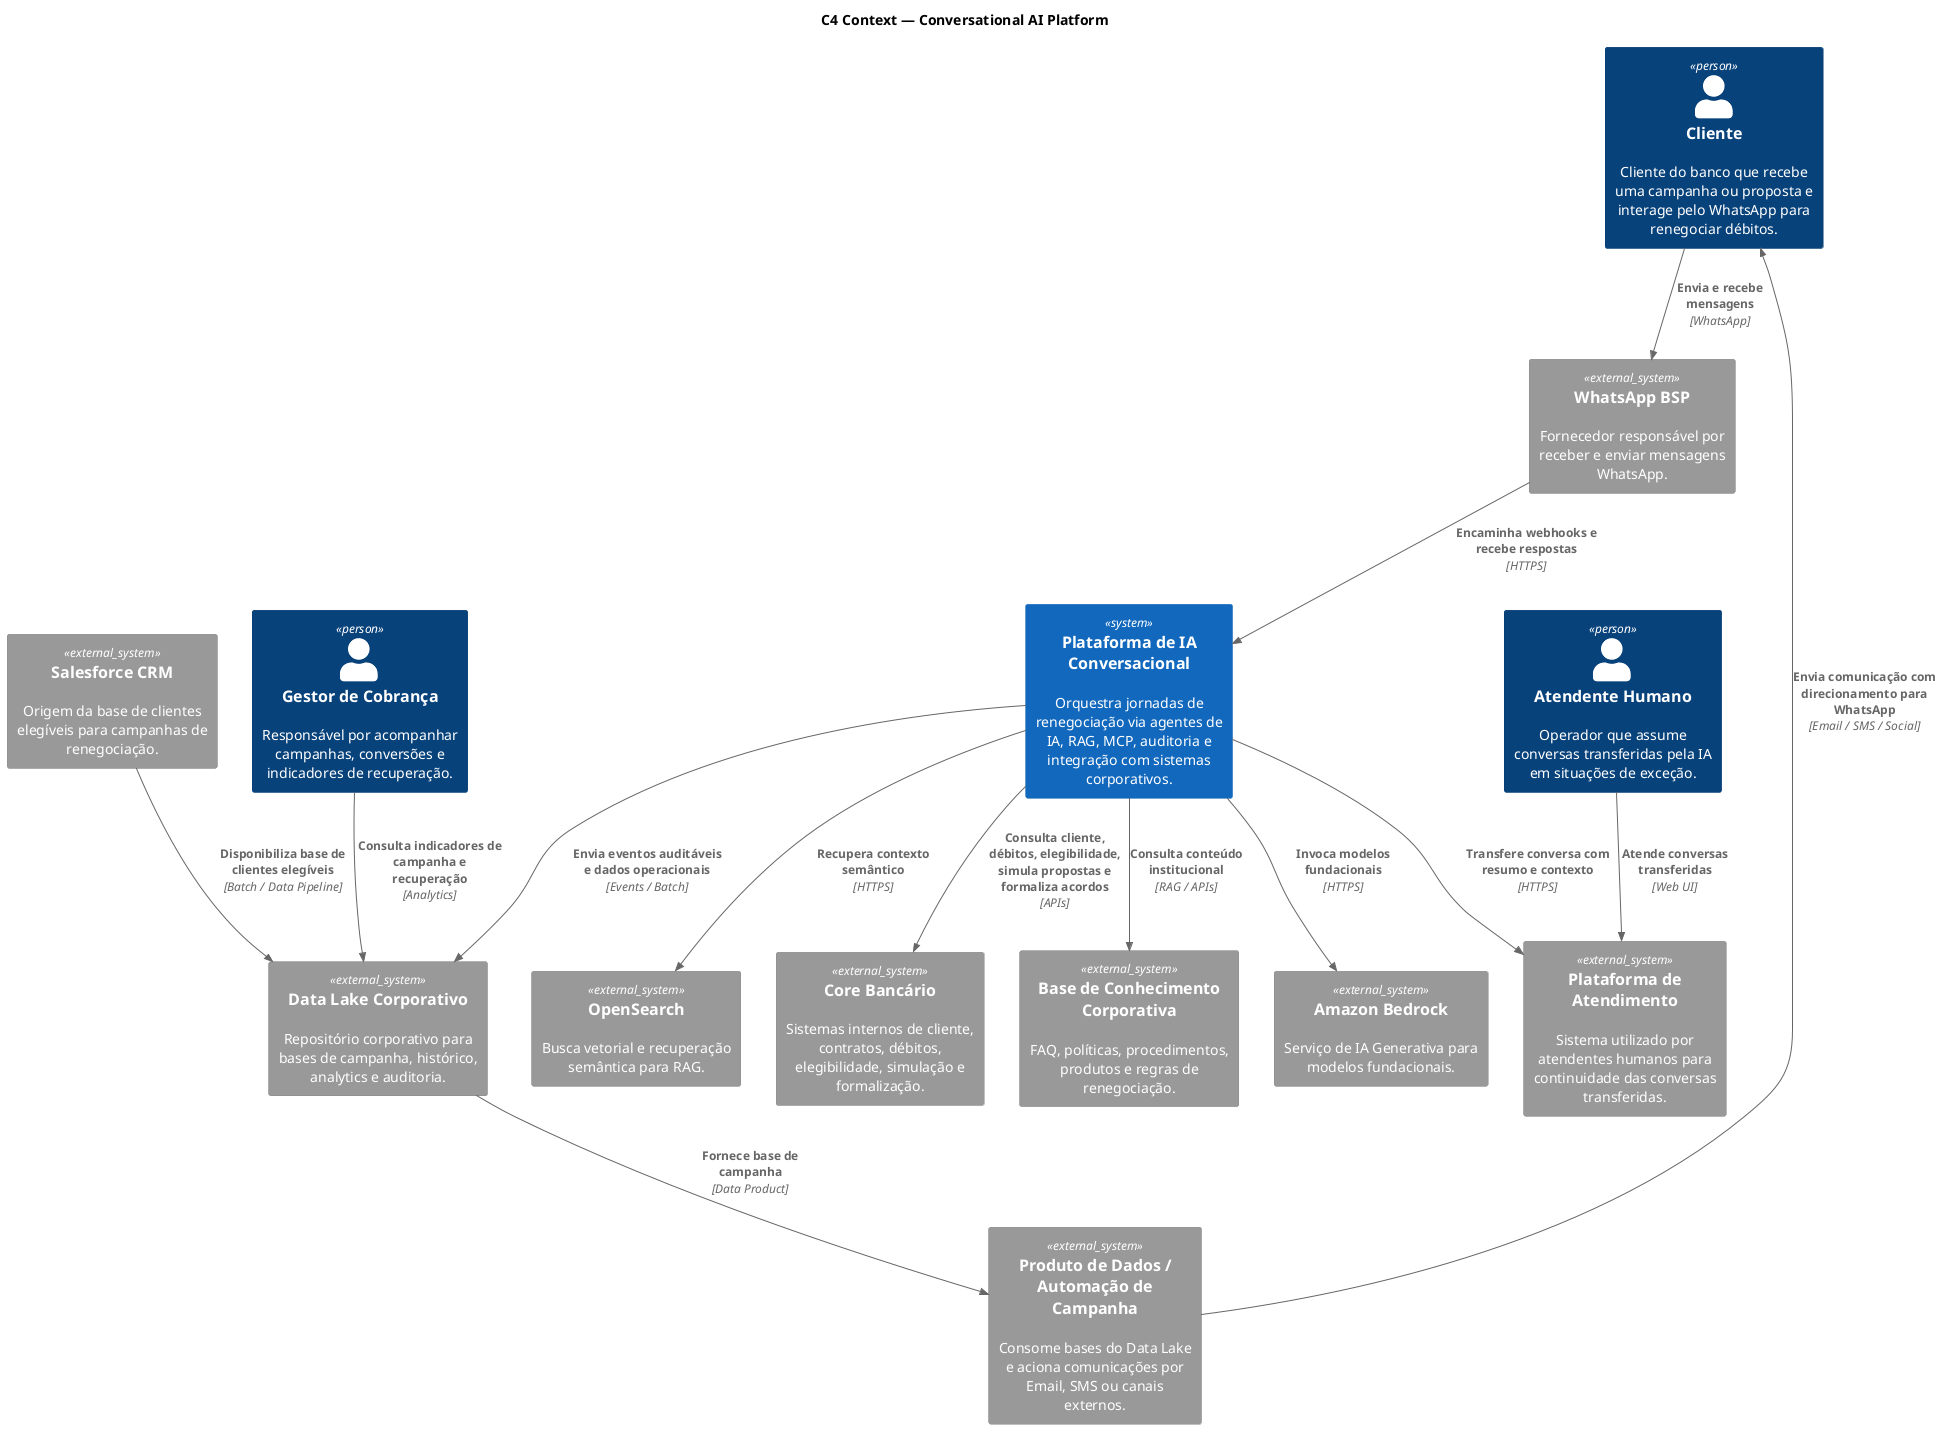
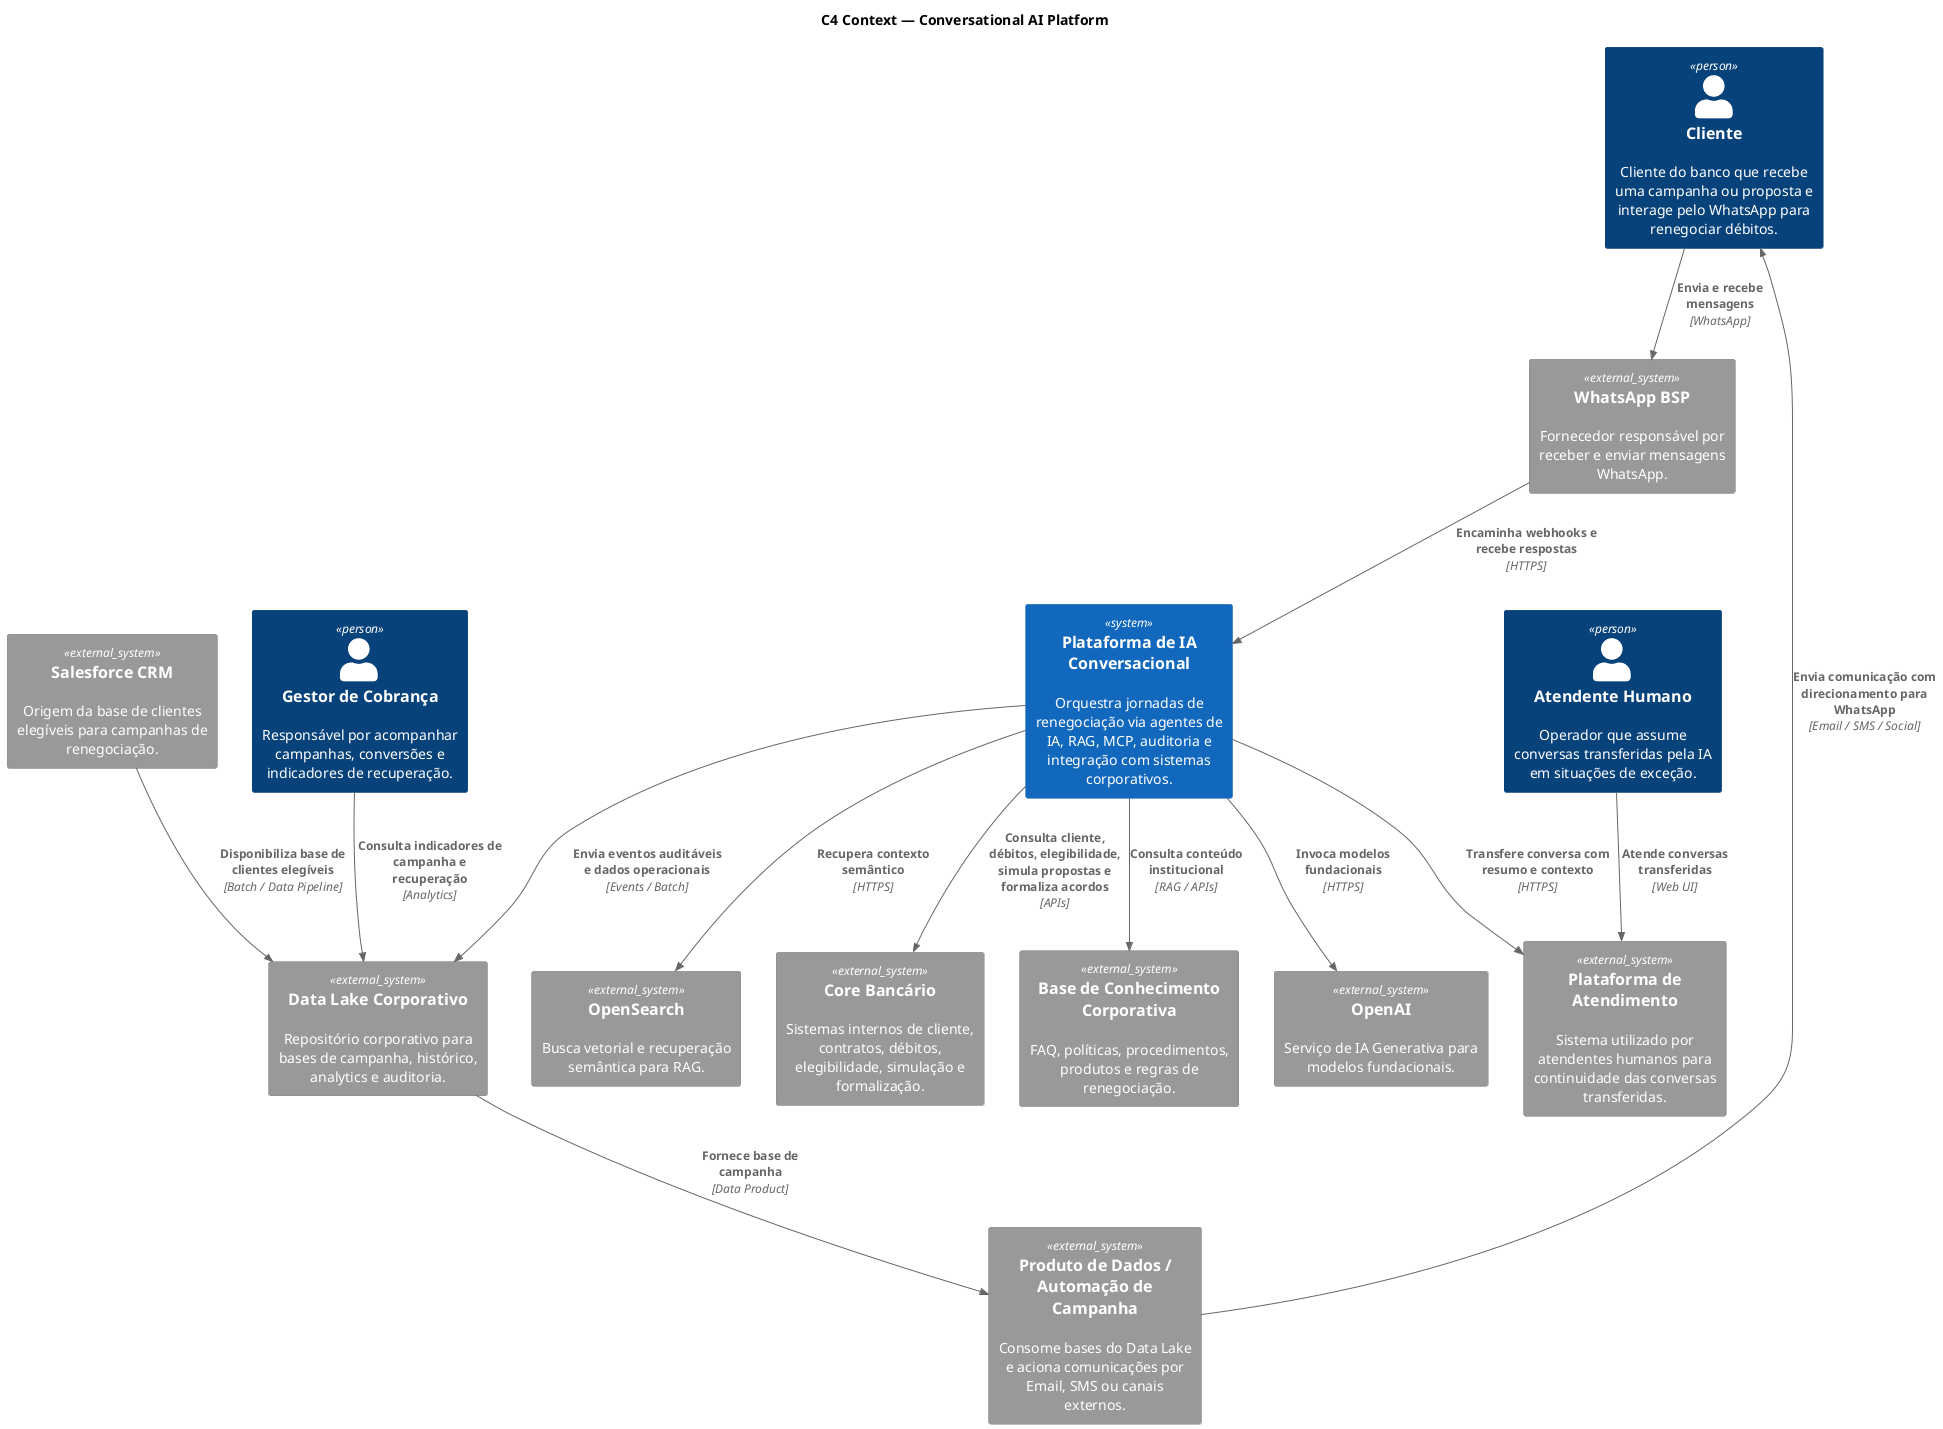
@startuml
!include <C4/C4_Context>

title C4 Context — Conversational AI Platform

Person(customer, "Cliente", "Cliente do banco que recebe uma campanha ou proposta e interage pelo WhatsApp para renegociar débitos.")
Person(humanAgent, "Atendente Humano", "Operador que assume conversas transferidas pela IA em situações de exceção.")
Person(collectionsManager, "Gestor de Cobrança", "Responsável por acompanhar campanhas, conversões e indicadores de recuperação.")

System_Ext(salesforce, "Salesforce CRM", "Origem da base de clientes elegíveis para campanhas de renegociação.")
System_Ext(datalake, "Data Lake Corporativo", "Repositório corporativo para bases de campanha, histórico, analytics e auditoria.")
System_Ext(campaignAutomation, "Produto de Dados / Automação de Campanha", "Consome bases do Data Lake e aciona comunicações por Email, SMS ou canais externos.")
System_Ext(whatsapp, "WhatsApp BSP", "Fornecedor responsável por receber e enviar mensagens WhatsApp.")
System_Ext(core, "Core Bancário", "Sistemas internos de cliente, contratos, débitos, elegibilidade, simulação e formalização.")
System_Ext(knowledgeBase, "Base de Conhecimento Corporativa", "FAQ, políticas, procedimentos, produtos e regras de renegociação.")
- System_Ext(bedrock, "Amazon Bedrock", "Serviço de IA Generativa para modelos fundacionais.")
+ System_Ext(bedrock, "OpenAI", "Serviço de IA Generativa para modelos fundacionais.")
System_Ext(opensearch, "OpenSearch", "Busca vetorial e recuperação semântica para RAG.")
System_Ext(attendance, "Plataforma de Atendimento", "Sistema utilizado por atendentes humanos para continuidade das conversas transferidas.")

System(platform, "Plataforma de IA Conversacional", "Orquestra jornadas de renegociação via agentes de IA, RAG, MCP, auditoria e integração com sistemas corporativos.")

Rel(salesforce, datalake, "Disponibiliza base de clientes elegíveis", "Batch / Data Pipeline")
Rel(datalake, campaignAutomation, "Fornece base de campanha", "Data Product")
Rel(campaignAutomation, customer, "Envia comunicação com direcionamento para WhatsApp", "Email / SMS / Social")

Rel(customer, whatsapp, "Envia e recebe mensagens", "WhatsApp")
Rel(whatsapp, platform, "Encaminha webhooks e recebe respostas", "HTTPS")

Rel(platform, core, "Consulta cliente, débitos, elegibilidade, simula propostas e formaliza acordos", "APIs")
Rel(platform, knowledgeBase, "Consulta conteúdo institucional", "RAG / APIs")
Rel(platform, bedrock, "Invoca modelos fundacionais", "HTTPS")
Rel(platform, opensearch, "Recupera contexto semântico", "HTTPS")
Rel(platform, attendance, "Transfere conversa com resumo e contexto", "HTTPS")
Rel(platform, datalake, "Envia eventos auditáveis e dados operacionais", "Events / Batch")

Rel(humanAgent, attendance, "Atende conversas transferidas", "Web UI")
Rel(collectionsManager, datalake, "Consulta indicadores de campanha e recuperação", "Analytics")

@enduml
